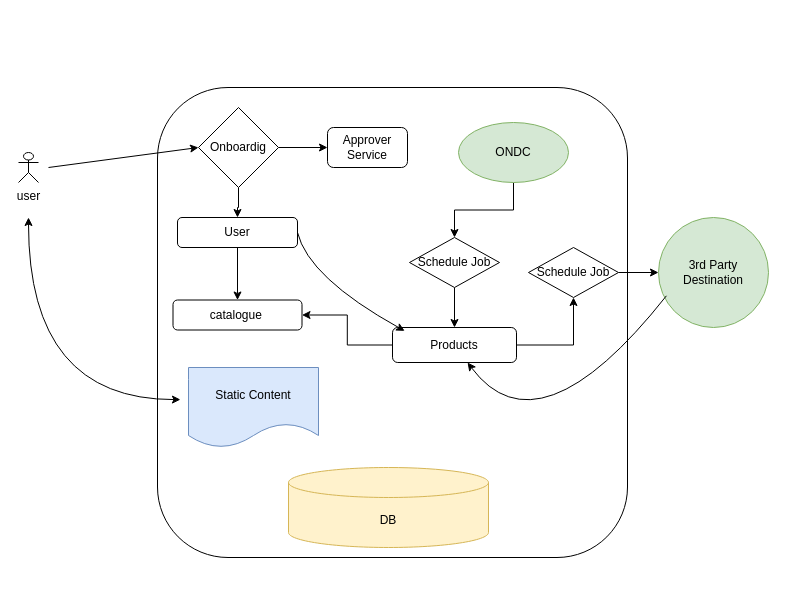
Earlier version of the draw.io diagram Untitled Diagram.drawio (wizatul/unboxing_SD). Source tidied: cells renumbered, new cells numbered last; positions are measured from the earlier drawing's top-left corner, leaving out a move shared by most shapes. Both pictures are drawn from the tidied source at 100%, with x=0, y=0 at pixel (18, 87).
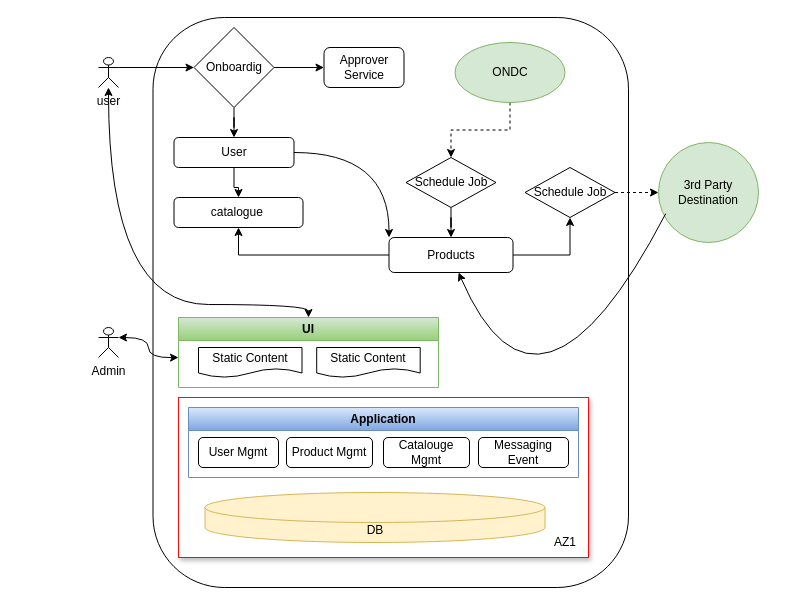
After the change.

What changed in the source:
```diff
@@
     <mxCell id="2" value="user" style="shape=umlActor;verticalLabelPosition=bottom;verticalAlign=top;html=1;outlineConnect=0;" parent="1" vertex="1">
-      <mxGeometry y="65" width="20" height="30" as="geometry" />
+      <mxGeometry x="80" y="-30" width="20" height="30" as="geometry" />
     </mxCell>
-    <mxCell id="3" style="rounded=1;whiteSpace=wrap;html=1;" parent="1" vertex="1">
-      <mxGeometry x="139" width="470" height="470" as="geometry" />
+    <mxCell id="3" style="rounded=1;whiteSpace=wrap;html=1;arcSize=15;" parent="1" vertex="1">
+      <mxGeometry x="134.5" y="-70" width="475.5" height="570" as="geometry" />
     </mxCell>
-    <mxCell id="4" value="DB" style="shape=cylinder3;whiteSpace=wrap;html=1;boundedLbl=1;backgroundOutline=1;size=15;fillColor=#fff2cc;strokeColor=#d6b656;fillStyle=auto;" parent="1" vertex="1">
-      <mxGeometry x="270" y="380" width="200" height="80" as="geometry" />
-    </mxCell>
@@
     <mxCell id="6" value="Products" style="rounded=1;whiteSpace=wrap;html=1;" parent="1" vertex="1">
-      <mxGeometry x="374" y="240" width="124" height="35" as="geometry" />
+      <mxGeometry x="370.5" y="150" width="124" height="35" as="geometry" />
     </mxCell>
@@
     <mxCell id="8" value="catalogue&amp;nbsp;" style="rounded=1;whiteSpace=wrap;html=1;" parent="1" vertex="1">
-      <mxGeometry x="154.5" y="212.5" width="129" height="30" as="geometry" />
+      <mxGeometry x="155.5" y="110" width="129" height="30" as="geometry" />
     </mxCell>
@@
+    <mxCell id="15" style="edgeStyle=orthogonalEdgeStyle;curved=1;rounded=0;jettySize=auto;html=1;entryX=0;entryY=0;entryDx=0;entryDy=0;" parent="1" edge="1" source="10" target="6">
+      <mxGeometry relative="1" as="geometry" />
+    </mxCell>
     <mxCell id="10" value="User" style="rounded=1;whiteSpace=wrap;html=1;" parent="1" vertex="1">
-      <mxGeometry x="159" y="130" width="120" height="30" as="geometry" />
+      <mxGeometry x="155.5" y="50" width="120" height="30" as="geometry" />
     </mxCell>
-    <mxCell id="11" style="edgeStyle=orthogonalEdgeStyle;rounded=0;jettySize=auto;html=1;" parent="1" edge="1" source="12" target="14">
+    <mxCell id="11" style="edgeStyle=orthogonalEdgeStyle;rounded=0;jettySize=auto;html=1;dashed=1;" parent="1" edge="1" source="12" target="14">
       <mxGeometry relative="1" as="geometry" />
     </mxCell>
     <mxCell id="12" value="ONDC" style="ellipse;whiteSpace=wrap;html=1;fillColor=#d5e8d4;strokeColor=#82b366;" parent="1" vertex="1">
-      <mxGeometry x="440" y="35" width="110" height="60" as="geometry" />
+      <mxGeometry x="436.5" y="-45" width="110" height="60" as="geometry" />
     </mxCell>
@@
     <mxCell id="14" value="Schedule Job" style="rhombus;whiteSpace=wrap;html=1;" parent="1" vertex="1">
-      <mxGeometry x="391" y="150" width="90" height="50" as="geometry" />
+      <mxGeometry x="387.5" y="70" width="90" height="50" as="geometry" />
     </mxCell>
-    <mxCell id="15" style="curved=1;endArrow=classic;html=1;rounded=0;exitX=1;exitY=0.5;exitDx=0;exitDy=0;entryX=0.098;entryY=0.097;entryDx=0;entryDy=0;entryPerimeter=0;" parent="1" edge="1" source="10" target="6">
-      <mxGeometry relative="1" as="geometry">
-        <Array as="points">
-          <mxPoint x="290" y="190" />
-        </Array>
-      </mxGeometry>
-    </mxCell>
-    <mxCell id="16" style="edgeStyle=orthogonalEdgeStyle;rounded=0;jettySize=auto;html=1;" parent="1" edge="1" source="17" target="18">
+    <mxCell id="16" style="edgeStyle=orthogonalEdgeStyle;rounded=0;jettySize=auto;html=1;dashed=1;" parent="1" edge="1" source="17" target="18">
       <mxGeometry relative="1" as="geometry" />
     </mxCell>
     <mxCell id="17" value="Schedule Job" style="rhombus;whiteSpace=wrap;html=1;" parent="1" vertex="1">
-      <mxGeometry x="510" y="160" width="90" height="50" as="geometry" />
+      <mxGeometry x="506.5" y="80" width="90" height="50" as="geometry" />
     </mxCell>
     <mxCell id="18" value="3rd Party Destination" style="ellipse;whiteSpace=wrap;html=1;fillColor=#d5e8d4;strokeColor=#82b366;" parent="1" vertex="1">
-      <mxGeometry x="640" y="130" width="110" height="110" as="geometry" />
+      <mxGeometry x="640" y="55" width="100" height="100" as="geometry" />
     </mxCell>
@@
     <mxCell id="20" value="Approver Service" style="rounded=1;whiteSpace=wrap;html=1;" parent="1" vertex="1">
-      <mxGeometry x="309" y="40" width="80" height="40" as="geometry" />
+      <mxGeometry x="305.5" y="-40" width="80" height="40" as="geometry" />
     </mxCell>
@@
     <mxCell id="23" value="Onboardig" style="rhombus;whiteSpace=wrap;html=1;" parent="1" vertex="1">
-      <mxGeometry x="180" y="20" width="80" height="80" as="geometry" />
+      <mxGeometry x="175.5" y="-60" width="80" height="80" as="geometry" />
     </mxCell>
-    <mxCell id="24" style="endArrow=classic;html=1;rounded=0;entryX=0;entryY=0.5;entryDx=0;entryDy=0;" parent="1" edge="1" target="23">
-      <mxGeometry relative="1" as="geometry">
-        <mxPoint x="30" y="80" as="sourcePoint" />
-      </mxGeometry>
+    <mxCell id="24" style="endArrow=classic;html=1;rounded=0;entryX=0;entryY=0.5;entryDx=0;entryDy=0;exitX=1;exitY=0.3333333333333333;exitDx=0;exitDy=0;exitPerimeter=0;" parent="1" edge="1" source="2" target="23">
+      <mxGeometry relative="1" as="geometry" />
     </mxCell>
-    <mxCell id="25" value="Static Content" style="shape=document;whiteSpace=wrap;html=1;boundedLbl=1;fillStyle=auto;fillColor=#dae8fc;strokeColor=#6c8ebf;" parent="1" vertex="1">
-      <mxGeometry x="170" y="280" width="130" height="80" as="geometry" />
-    </mxCell>
-    <mxCell id="26" style="endArrow=classic;startArrow=classic;html=1;rounded=0;entryX=-0.062;entryY=0.401;entryDx=0;entryDy=0;entryPerimeter=0;edgeStyle=orthogonalEdgeStyle;curved=1;" parent="1" edge="1" target="25">
+    <mxCell id="26" style="endArrow=classic;startArrow=classic;html=1;rounded=0;edgeStyle=orthogonalEdgeStyle;curved=1;" parent="1" edge="1" target="27">
       <mxGeometry relative="1" as="geometry">
-        <mxPoint x="10" y="130" as="sourcePoint" />
+        <mxPoint x="90" as="sourcePoint" />
         <Array as="points">
-          <mxPoint x="10" y="312" />
+          <mxPoint x="90" />
+          <mxPoint x="90" y="217" />
+          <mxPoint x="290" y="217" />
         </Array>
       </mxGeometry>
     </mxCell>
+    <mxCell id="27" value="UI" style="swimlane;whiteSpace=wrap;html=1;startSize=23;fillColor=#d5e8d4;gradientColor=#97d077;strokeColor=#82b366;" parent="1" vertex="1">
+      <mxGeometry x="160" y="230" width="260" height="70" as="geometry" />
+    </mxCell>
+    <mxCell id="28" value="Static Content" style="shape=document;whiteSpace=wrap;html=1;boundedLbl=1;fillStyle=auto;" parent="27" vertex="1">
+      <mxGeometry x="138.2" y="30" width="103.5" height="30" as="geometry" />
+    </mxCell>
+    <mxCell id="29" value="Static Content" style="shape=document;whiteSpace=wrap;html=1;boundedLbl=1;fillStyle=auto;" parent="27" vertex="1">
+      <mxGeometry x="20" y="30" width="103.5" height="30" as="geometry" />
+    </mxCell>
+    <mxCell id="30" value="Admin" style="shape=umlActor;verticalLabelPosition=bottom;verticalAlign=top;html=1;outlineConnect=0;" parent="1" vertex="1">
+      <mxGeometry x="80" y="240" width="20" height="30" as="geometry" />
+    </mxCell>
+    <mxCell id="31" style="rounded=0;whiteSpace=wrap;html=1;strokeColor=#f10e0e;glass=0;shadow=1;" parent="1" vertex="1">
+      <mxGeometry x="160" y="310" width="410" height="160" as="geometry" />
+    </mxCell>
+    <mxCell id="32" value="Application" style="swimlane;whiteSpace=wrap;html=1;fillColor=#dae8fc;gradientColor=#7ea6e0;strokeColor=#6c8ebf;" parent="1" vertex="1">
+      <mxGeometry x="170" y="320" width="390" height="70" as="geometry" />
+    </mxCell>
+    <mxCell id="33" value="Product Mgmt" style="rounded=1;whiteSpace=wrap;html=1;" parent="32" vertex="1">
+      <mxGeometry x="98" y="30" width="86" height="30" as="geometry" />
+    </mxCell>
+    <mxCell id="34" value="Catalouge Mgmt" style="rounded=1;whiteSpace=wrap;html=1;" parent="32" vertex="1">
+      <mxGeometry x="195" y="30" width="86" height="30" as="geometry" />
+    </mxCell>
+    <mxCell id="35" value="User Mgmt" style="rounded=1;whiteSpace=wrap;html=1;" parent="32" vertex="1">
+      <mxGeometry x="10" y="30" width="80" height="30" as="geometry" />
+    </mxCell>
+    <mxCell id="36" value="Messaging Event" style="rounded=1;whiteSpace=wrap;html=1;shadow=0;glass=0;strokeColor=#000000;" parent="32" vertex="1">
+      <mxGeometry x="290" y="30" width="90" height="30" as="geometry" />
+    </mxCell>
+    <mxCell id="4" value="DB" style="shape=cylinder3;whiteSpace=wrap;html=1;boundedLbl=1;backgroundOutline=1;size=15;fillColor=#fff2cc;strokeColor=#d6b656;fillStyle=auto;" parent="1" vertex="1">
+      <mxGeometry x="186.5" y="405" width="340" height="50" as="geometry" />
+    </mxCell>
+    <mxCell id="37" style="endArrow=classic;startArrow=classic;html=1;rounded=0;curved=1;exitX=1;exitY=0.3333333333333333;exitDx=0;exitDy=0;exitPerimeter=0;edgeStyle=orthogonalEdgeStyle;" parent="1" edge="1" source="30">
+      <mxGeometry relative="1" as="geometry">
+        <mxPoint x="160" y="270" as="targetPoint" />
+      </mxGeometry>
+    </mxCell>
+    <mxCell id="38" value="AZ1" style="text;html=1;strokeColor=none;fillColor=none;align=center;verticalAlign=middle;whiteSpace=wrap;rounded=0;shadow=0;glass=0;" parent="1" vertex="1">
+      <mxGeometry x="526.5" y="445" width="40" height="20" as="geometry" />
+    </mxCell>
```
